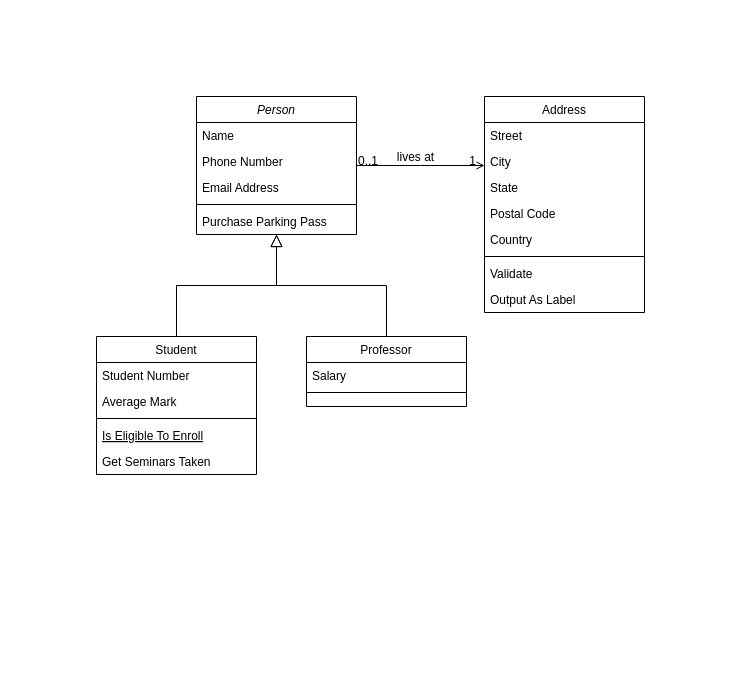
Above: Diagramme sans nom.drawio in OceaneEdde/garageVparrot (draw.io), before the change. Source tidied: cells renumbered, new cells numbered last; positions are measured from the earlier drawing's top-left corner, leaving out a move shared by most shapes. Both pictures are drawn from the tidied source at 100%, with x=0, y=0 at pixel (96, 96).
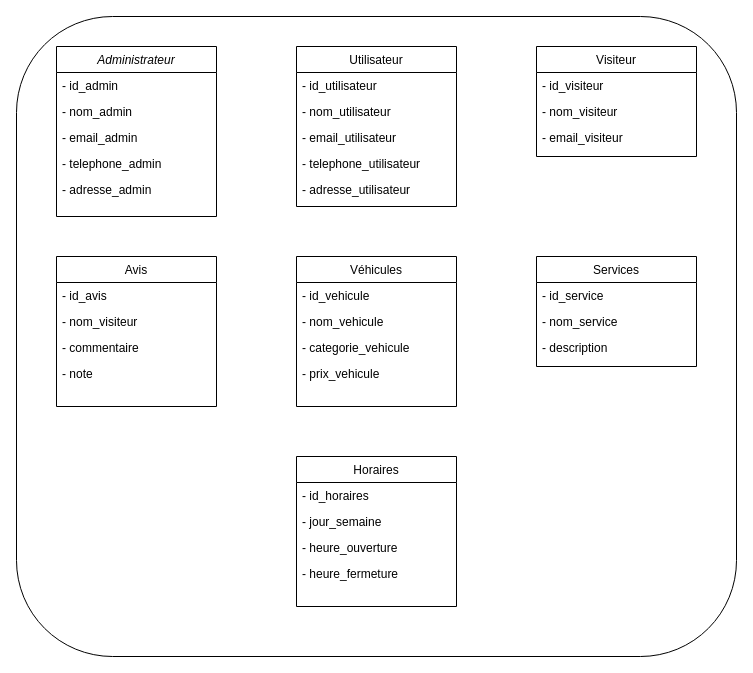
The same diagram, later.

Commit message:
Mise à jour Diagramme de classe.drawio

Change to the diagram source:
```diff
@@
+    <mxCell id="32" style="rounded=1;whiteSpace=wrap;html=1;" parent="1" vertex="1">
+      <mxGeometry x="-80" y="-80" width="720" height="640" as="geometry" />
+    </mxCell>
-    <mxCell id="2" value="Person" style="swimlane;fontStyle=2;align=center;verticalAlign=top;horizontal=1;startSize=26;rounded=0;shadow=0;strokeWidth=1;" parent="1" vertex="1">
-      <mxGeometry x="100" width="160" height="138" as="geometry" />
+    <mxCell id="2" value="Administrateur" style="swimlane;fontStyle=2;align=center;verticalAlign=top;horizontal=1;startSize=26;rounded=0;shadow=0;strokeWidth=1;" parent="1" vertex="1">
+      <mxGeometry x="-40" y="-50" width="160" height="170" as="geometry" />
     </mxCell>
-    <mxCell id="3" value="Name" style="text;align=left;verticalAlign=top;spacingLeft=4;spacingRight=4;overflow=hidden;" parent="2" vertex="1">
+    <mxCell id="3" value="- id_admin " style="text;align=left;verticalAlign=top;spacingLeft=4;spacingRight=4;overflow=hidden;" parent="2" vertex="1">
       <mxGeometry y="26" width="160" height="26" as="geometry" />
     </mxCell>
-    <mxCell id="4" value="Phone Number" style="text;align=left;verticalAlign=top;spacingLeft=4;spacingRight=4;overflow=hidden;rounded=0;shadow=0;html=0;" parent="2" vertex="1">
+    <mxCell id="4" value="- nom_admin" style="text;align=left;verticalAlign=top;spacingLeft=4;spacingRight=4;overflow=hidden;rounded=0;shadow=0;html=0;" parent="2" vertex="1">
       <mxGeometry y="52" width="160" height="26" as="geometry" />
     </mxCell>
-    <mxCell id="5" value="Email Address" style="text;align=left;verticalAlign=top;spacingLeft=4;spacingRight=4;overflow=hidden;rounded=0;shadow=0;html=0;" parent="2" vertex="1">
+    <mxCell id="5" value="- email_admin&#10;&#10;" style="text;align=left;verticalAlign=top;spacingLeft=4;spacingRight=4;overflow=hidden;rounded=0;shadow=0;html=0;" parent="2" vertex="1">
       <mxGeometry y="78" width="160" height="26" as="geometry" />
     </mxCell>
-    <mxCell id="6" style="line;html=1;strokeWidth=1;align=left;verticalAlign=middle;spacingTop=-1;spacingLeft=3;spacingRight=3;labelPosition=right;" parent="2" vertex="1">
-      <mxGeometry y="104" width="160" height="8" as="geometry" />
-    </mxCell>
-    <mxCell id="7" value="Purchase Parking Pass" style="text;align=left;verticalAlign=top;spacingLeft=4;spacingRight=4;overflow=hidden;" parent="2" vertex="1">
-      <mxGeometry y="112" width="160" height="26" as="geometry" />
-    </mxCell>
+    <mxCell id="33" value="- telephone_admin" style="text;align=left;verticalAlign=top;spacingLeft=4;spacingRight=4;overflow=hidden;rounded=0;shadow=0;html=0;" parent="2" vertex="1">
+      <mxGeometry y="104" width="160" height="26" as="geometry" />
+    </mxCell>
+    <mxCell id="34" value="- adresse_admin " style="text;align=left;verticalAlign=top;spacingLeft=4;spacingRight=4;overflow=hidden;rounded=0;shadow=0;html=0;" parent="2" vertex="1">
+      <mxGeometry y="130" width="160" height="26" as="geometry" />
+    </mxCell>
-    <mxCell id="8" value="Student" style="swimlane;fontStyle=0;align=center;verticalAlign=top;horizontal=1;startSize=26;rounded=0;shadow=0;strokeWidth=1;" parent="1" vertex="1">
-      <mxGeometry y="240" width="160" height="138" as="geometry" />
+    <mxCell id="8" value="Visiteur" style="swimlane;fontStyle=0;align=center;verticalAlign=top;horizontal=1;startSize=26;rounded=0;shadow=0;strokeWidth=1;fillColor=#FFFFFF;" parent="1" vertex="1">
+      <mxGeometry x="440" y="-50" width="160" height="110" as="geometry" />
     </mxCell>
-    <mxCell id="9" value="Student Number" style="text;align=left;verticalAlign=top;spacingLeft=4;spacingRight=4;overflow=hidden;" parent="8" vertex="1">
+    <mxCell id="9" value=" - id_visiteur " style="text;align=left;verticalAlign=top;spacingLeft=4;spacingRight=4;overflow=hidden;" parent="8" vertex="1">
       <mxGeometry y="26" width="160" height="26" as="geometry" />
     </mxCell>
-    <mxCell id="10" value="Average Mark" style="text;align=left;verticalAlign=top;spacingLeft=4;spacingRight=4;overflow=hidden;rounded=0;shadow=0;html=0;" parent="8" vertex="1">
+    <mxCell id="10" value=" - nom_visiteur" style="text;align=left;verticalAlign=top;spacingLeft=4;spacingRight=4;overflow=hidden;rounded=0;shadow=0;html=0;" parent="8" vertex="1">
       <mxGeometry y="52" width="160" height="26" as="geometry" />
     </mxCell>
-    <mxCell id="11" style="line;html=1;strokeWidth=1;align=left;verticalAlign=middle;spacingTop=-1;spacingLeft=3;spacingRight=3;labelPosition=right;" parent="8" vertex="1">
-      <mxGeometry y="78" width="160" height="8" as="geometry" />
-    </mxCell>
-    <mxCell id="12" value="Is Eligible To Enroll" style="text;align=left;verticalAlign=top;spacingLeft=4;spacingRight=4;overflow=hidden;fontStyle=4;" parent="8" vertex="1">
-      <mxGeometry y="86" width="160" height="26" as="geometry" />
-    </mxCell>
-    <mxCell id="13" value="Get Seminars Taken" style="text;align=left;verticalAlign=top;spacingLeft=4;spacingRight=4;overflow=hidden;" parent="8" vertex="1">
-      <mxGeometry y="112" width="160" height="26" as="geometry" />
+    <mxCell id="13" value=" - email_visiteur" style="text;align=left;verticalAlign=top;spacingLeft=4;spacingRight=4;overflow=hidden;" parent="8" vertex="1">
+      <mxGeometry y="78" width="160" height="26" as="geometry" />
     </mxCell>
-    <mxCell id="14" style="endArrow=block;endSize=10;endFill=0;shadow=0;strokeWidth=1;rounded=0;edgeStyle=elbowEdgeStyle;elbow=vertical;" parent="1" edge="1" source="8" target="2">
-      <mxGeometry relative="1" as="geometry" />
-    </mxCell>
-    <mxCell id="15" value="Professor" style="swimlane;fontStyle=0;align=center;verticalAlign=top;horizontal=1;startSize=26;rounded=0;shadow=0;strokeWidth=1;" parent="1" vertex="1">
-      <mxGeometry x="210" y="240" width="160" height="70" as="geometry" />
+    <mxCell id="15" value="Véhicules" style="swimlane;fontStyle=0;align=center;verticalAlign=top;horizontal=1;startSize=26;rounded=0;shadow=0;strokeWidth=1;" parent="1" vertex="1">
+      <mxGeometry x="200" y="160" width="160" height="150" as="geometry" />
     </mxCell>
-    <mxCell id="16" value="Salary" style="text;align=left;verticalAlign=top;spacingLeft=4;spacingRight=4;overflow=hidden;" parent="15" vertex="1">
+    <mxCell id="16" value="- id_vehicule  " style="text;align=left;verticalAlign=top;spacingLeft=4;spacingRight=4;overflow=hidden;" parent="15" vertex="1">
       <mxGeometry y="26" width="160" height="26" as="geometry" />
     </mxCell>
-    <mxCell id="17" style="line;html=1;strokeWidth=1;align=left;verticalAlign=middle;spacingTop=-1;spacingLeft=3;spacingRight=3;labelPosition=right;" parent="15" vertex="1">
-      <mxGeometry y="52" width="160" height="8" as="geometry" />
-    </mxCell>
-    <mxCell id="18" style="endArrow=block;endSize=10;endFill=0;shadow=0;strokeWidth=1;rounded=0;edgeStyle=elbowEdgeStyle;elbow=vertical;" parent="1" edge="1" source="15" target="2">
-      <mxGeometry relative="1" as="geometry" />
-    </mxCell>
+    <mxCell id="35" value="- nom_vehicule " style="text;align=left;verticalAlign=top;spacingLeft=4;spacingRight=4;overflow=hidden;" parent="15" vertex="1">
+      <mxGeometry y="52" width="160" height="26" as="geometry" />
+    </mxCell>
+    <mxCell id="36" value=" - categorie_vehicule" style="text;align=left;verticalAlign=top;spacingLeft=4;spacingRight=4;overflow=hidden;" parent="15" vertex="1">
+      <mxGeometry y="78" width="160" height="26" as="geometry" />
+    </mxCell>
+    <mxCell id="37" value="- prix_vehicule " style="text;align=left;verticalAlign=top;spacingLeft=4;spacingRight=4;overflow=hidden;" parent="15" vertex="1">
+      <mxGeometry y="104" width="160" height="26" as="geometry" />
+    </mxCell>
-    <mxCell id="19" value="Address" style="swimlane;fontStyle=0;align=center;verticalAlign=top;horizontal=1;startSize=26;rounded=0;shadow=0;strokeWidth=1;" parent="1" vertex="1">
-      <mxGeometry x="388" width="160" height="216" as="geometry" />
+    <mxCell id="19" value="Utilisateur" style="swimlane;fontStyle=0;align=center;verticalAlign=top;horizontal=1;startSize=26;rounded=0;shadow=0;strokeWidth=1;" parent="1" vertex="1">
+      <mxGeometry x="200" y="-50" width="160" height="160" as="geometry" />
     </mxCell>
-    <mxCell id="20" value="Street" style="text;align=left;verticalAlign=top;spacingLeft=4;spacingRight=4;overflow=hidden;" parent="19" vertex="1">
+    <mxCell id="20" value="- id_utilisateur" style="text;align=left;verticalAlign=top;spacingLeft=4;spacingRight=4;overflow=hidden;" parent="19" vertex="1">
       <mxGeometry y="26" width="160" height="26" as="geometry" />
     </mxCell>
-    <mxCell id="21" value="City" style="text;align=left;verticalAlign=top;spacingLeft=4;spacingRight=4;overflow=hidden;rounded=0;shadow=0;html=0;" parent="19" vertex="1">
+    <mxCell id="21" value="- nom_utilisateur" style="text;align=left;verticalAlign=top;spacingLeft=4;spacingRight=4;overflow=hidden;rounded=0;shadow=0;html=0;" parent="19" vertex="1">
       <mxGeometry y="52" width="160" height="26" as="geometry" />
     </mxCell>
-    <mxCell id="22" value="State" style="text;align=left;verticalAlign=top;spacingLeft=4;spacingRight=4;overflow=hidden;rounded=0;shadow=0;html=0;" parent="19" vertex="1">
+    <mxCell id="22" value="- email_utilisateur" style="text;align=left;verticalAlign=top;spacingLeft=4;spacingRight=4;overflow=hidden;rounded=0;shadow=0;html=0;" parent="19" vertex="1">
       <mxGeometry y="78" width="160" height="26" as="geometry" />
     </mxCell>
-    <mxCell id="23" value="Postal Code" style="text;align=left;verticalAlign=top;spacingLeft=4;spacingRight=4;overflow=hidden;rounded=0;shadow=0;html=0;" parent="19" vertex="1">
+    <mxCell id="23" value=" - telephone_utilisateur" style="text;align=left;verticalAlign=top;spacingLeft=4;spacingRight=4;overflow=hidden;rounded=0;shadow=0;html=0;" parent="19" vertex="1">
       <mxGeometry y="104" width="160" height="26" as="geometry" />
     </mxCell>
-    <mxCell id="24" value="Country" style="text;align=left;verticalAlign=top;spacingLeft=4;spacingRight=4;overflow=hidden;rounded=0;shadow=0;html=0;" parent="19" vertex="1">
+    <mxCell id="24" value="- adresse_utilisateur" style="text;align=left;verticalAlign=top;spacingLeft=4;spacingRight=4;overflow=hidden;rounded=0;shadow=0;html=0;" parent="19" vertex="1">
       <mxGeometry y="130" width="160" height="26" as="geometry" />
     </mxCell>
-    <mxCell id="25" style="line;html=1;strokeWidth=1;align=left;verticalAlign=middle;spacingTop=-1;spacingLeft=3;spacingRight=3;labelPosition=right;" parent="19" vertex="1">
-      <mxGeometry y="156" width="160" height="8" as="geometry" />
-    </mxCell>
-    <mxCell id="26" value="Validate" style="text;align=left;verticalAlign=top;spacingLeft=4;spacingRight=4;overflow=hidden;" parent="19" vertex="1">
-      <mxGeometry y="164" width="160" height="26" as="geometry" />
-    </mxCell>
-    <mxCell id="27" value="Output As Label" style="text;align=left;verticalAlign=top;spacingLeft=4;spacingRight=4;overflow=hidden;" parent="19" vertex="1">
-      <mxGeometry y="190" width="160" height="26" as="geometry" />
-    </mxCell>
-    <mxCell id="28" style="endArrow=open;shadow=0;strokeWidth=1;rounded=0;endFill=1;edgeStyle=elbowEdgeStyle;elbow=vertical;" parent="1" edge="1" source="2" target="19">
-      <mxGeometry x="0.5" y="41" relative="1" as="geometry">
-        <mxPoint x="-40" y="32" as="offset" />
-      </mxGeometry>
-    </mxCell>
-    <mxCell id="29" value="0..1" style="align=left;verticalAlign=bottom;labelBackgroundColor=none;fontSize=12;" parent="28" vertex="1">
-      <mxGeometry x="-1" relative="1" as="geometry">
-        <mxPoint y="4" as="offset" />
-      </mxGeometry>
-    </mxCell>
-    <mxCell id="30" value="1" style="align=right;verticalAlign=bottom;labelBackgroundColor=none;fontSize=12;" parent="28" vertex="1">
-      <mxGeometry x="1" relative="1" as="geometry">
-        <mxPoint x="-7" y="4" as="offset" />
-      </mxGeometry>
-    </mxCell>
-    <mxCell id="31" value="lives at" style="text;html=1;align=center;verticalAlign=middle;labelBackgroundColor=none;rounded=0;shadow=0;strokeWidth=1;fontSize=12;" parent="28" vertex="1">
-      <mxGeometry x="0.5" y="49" relative="1" as="geometry">
-        <mxPoint x="-38" y="40" as="offset" />
-      </mxGeometry>
-    </mxCell>
+    <mxCell id="38" value="Avis" style="swimlane;fontStyle=0;align=center;verticalAlign=top;horizontal=1;startSize=26;rounded=0;shadow=0;strokeWidth=1;" parent="1" vertex="1">
+      <mxGeometry x="-40" y="160" width="160" height="150" as="geometry" />
+    </mxCell>
+    <mxCell id="39" value="- id_avis" style="text;align=left;verticalAlign=top;spacingLeft=4;spacingRight=4;overflow=hidden;" parent="38" vertex="1">
+      <mxGeometry y="26" width="160" height="26" as="geometry" />
+    </mxCell>
+    <mxCell id="40" value="- nom_visiteur" style="text;align=left;verticalAlign=top;spacingLeft=4;spacingRight=4;overflow=hidden;" parent="38" vertex="1">
+      <mxGeometry y="52" width="160" height="26" as="geometry" />
+    </mxCell>
+    <mxCell id="41" value=" - commentaire" style="text;align=left;verticalAlign=top;spacingLeft=4;spacingRight=4;overflow=hidden;" parent="38" vertex="1">
+      <mxGeometry y="78" width="160" height="26" as="geometry" />
+    </mxCell>
+    <mxCell id="42" value="- note" style="text;align=left;verticalAlign=top;spacingLeft=4;spacingRight=4;overflow=hidden;" parent="38" vertex="1">
+      <mxGeometry y="104" width="160" height="26" as="geometry" />
+    </mxCell>
+    <mxCell id="43" value="Horaires" style="swimlane;fontStyle=0;align=center;verticalAlign=top;horizontal=1;startSize=26;rounded=0;shadow=0;strokeWidth=1;" parent="1" vertex="1">
+      <mxGeometry x="200" y="360" width="160" height="150" as="geometry" />
+    </mxCell>
+    <mxCell id="44" value="- id_horaires" style="text;align=left;verticalAlign=top;spacingLeft=4;spacingRight=4;overflow=hidden;" parent="43" vertex="1">
+      <mxGeometry y="26" width="160" height="26" as="geometry" />
+    </mxCell>
+    <mxCell id="45" value=" - jour_semaine " style="text;align=left;verticalAlign=top;spacingLeft=4;spacingRight=4;overflow=hidden;" parent="43" vertex="1">
+      <mxGeometry y="52" width="160" height="26" as="geometry" />
+    </mxCell>
+    <mxCell id="46" value=" - heure_ouverture " style="text;align=left;verticalAlign=top;spacingLeft=4;spacingRight=4;overflow=hidden;" parent="43" vertex="1">
+      <mxGeometry y="78" width="160" height="26" as="geometry" />
+    </mxCell>
+    <mxCell id="47" value="- heure_fermeture  " style="text;align=left;verticalAlign=top;spacingLeft=4;spacingRight=4;overflow=hidden;" parent="43" vertex="1">
+      <mxGeometry y="104" width="160" height="26" as="geometry" />
+    </mxCell>
+    <mxCell id="48" value="Services" style="swimlane;fontStyle=0;align=center;verticalAlign=top;horizontal=1;startSize=26;rounded=0;shadow=0;strokeWidth=1;" parent="1" vertex="1">
+      <mxGeometry x="440" y="160" width="160" height="110" as="geometry" />
+    </mxCell>
+    <mxCell id="49" value="- id_service" style="text;align=left;verticalAlign=top;spacingLeft=4;spacingRight=4;overflow=hidden;" parent="48" vertex="1">
+      <mxGeometry y="26" width="160" height="26" as="geometry" />
+    </mxCell>
+    <mxCell id="50" value="- nom_service" style="text;align=left;verticalAlign=top;spacingLeft=4;spacingRight=4;overflow=hidden;" parent="48" vertex="1">
+      <mxGeometry y="52" width="160" height="26" as="geometry" />
+    </mxCell>
+    <mxCell id="51" value="- description " style="text;align=left;verticalAlign=top;spacingLeft=4;spacingRight=4;overflow=hidden;" parent="48" vertex="1">
+      <mxGeometry y="78" width="160" height="26" as="geometry" />
+    </mxCell>
```
